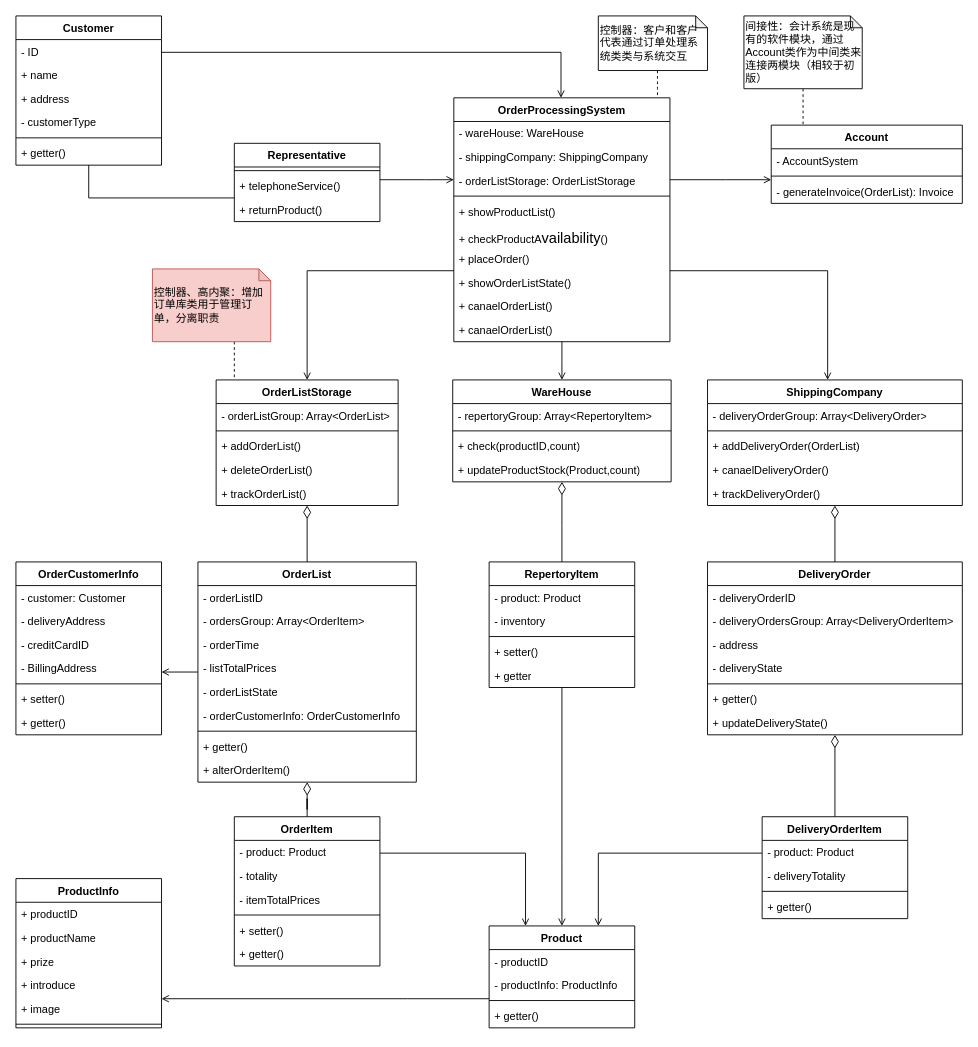
The draw.io diagram orders_Class_improved_again.drawio in yayaer123/drawio_demo, before the edit. Source tidied: cells renumbered, new cells numbered last; positions are measured from the earlier drawing's top-left corner, leaving out a move shared by most shapes. Both pictures are drawn from the tidied source at 91%, with x=0, y=0 at pixel (15, 15).
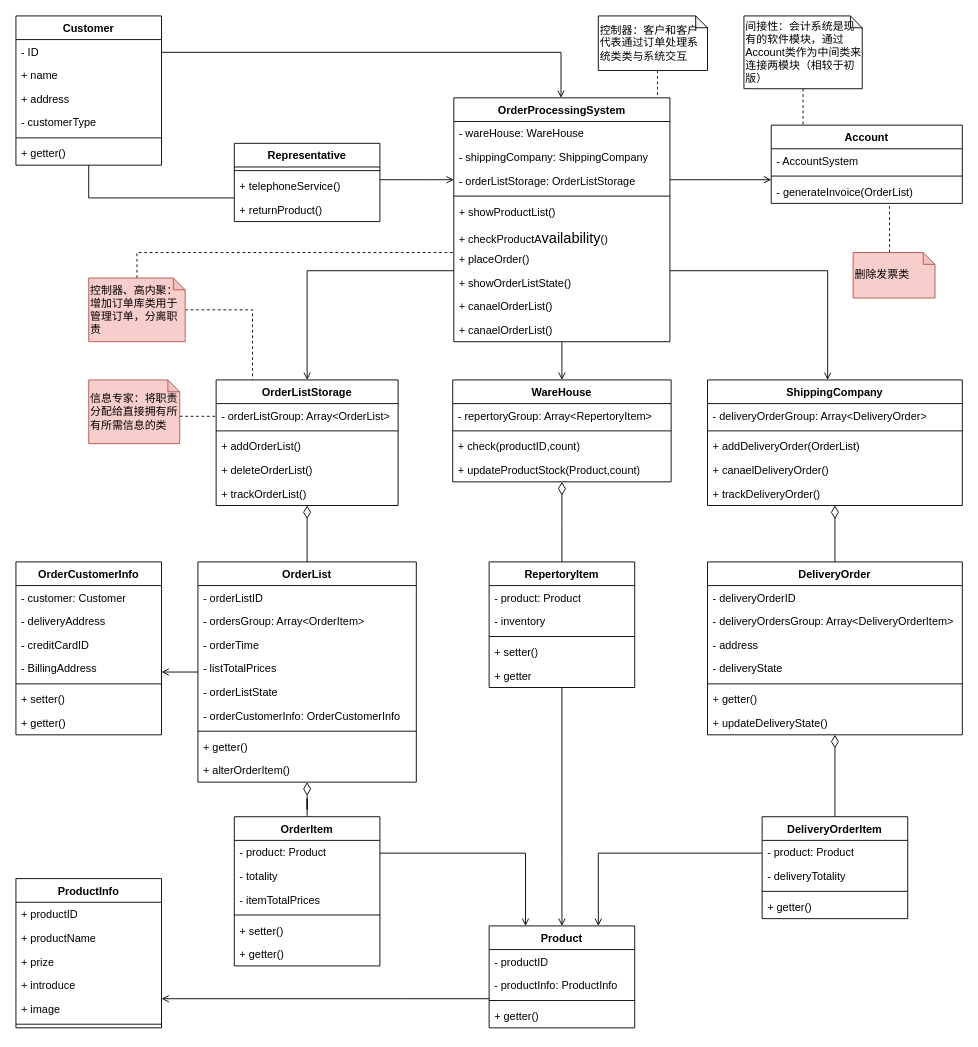
The same page after the edit.

Unchanged cells that the change refers to:
```xml
<mxCell id="96" value="OrderProcessingSystem" style="swimlane;fontStyle=1;align=center;verticalAlign=top;horizontal=1;startSize=26;whiteSpace=wrap;html=1;" parent="1" vertex="1">
  <mxGeometry x="481.2" y="90" width="237.5" height="268" as="geometry" />
</mxCell>
<mxCell id="107" value="Account" style="swimlane;fontStyle=1;align=center;verticalAlign=top;horizontal=1;startSize=26;whiteSpace=wrap;html=1;" parent="1" vertex="1">
  <mxGeometry x="830" y="120" width="210" height="86" as="geometry" />
</mxCell>
<mxCell id="116" value="OrderListStorage" style="swimlane;fontStyle=1;align=center;verticalAlign=top;horizontal=1;startSize=26;whiteSpace=wrap;html=1;" parent="1" vertex="1">
  <mxGeometry x="220" y="400" width="200" height="138" as="geometry" />
</mxCell>
```

What changed in the source:
```diff
@@
-    <mxCell id="110" value="- generateInvoice(OrderList): Invoice" style="text;strokeColor=none;fillColor=none;align=left;verticalAlign=top;spacingLeft=4;spacingRight=4;overflow=hidden;whiteSpace=wrap;html=1;" parent="107" vertex="1">
+    <mxCell id="110" value="- generateInvoice(OrderList)" style="text;strokeColor=none;fillColor=none;align=left;verticalAlign=top;spacingLeft=4;spacingRight=4;overflow=hidden;whiteSpace=wrap;html=1;" parent="107" vertex="1">
       <mxGeometry y="60" width="210" height="26" as="geometry" />
     </mxCell>
@@
     <mxCell id="122" style="edgeStyle=orthogonalEdgeStyle;rounded=0;jettySize=auto;html=1;endArrow=none;endFill=0;dashed=1;" parent="1" edge="1" source="123" target="116">
       <mxGeometry relative="1" as="geometry">
         <Array as="points">
-          <mxPoint x="240" y="380" />
-          <mxPoint x="240" y="380" />
+          <mxPoint x="260" y="323" />
         </Array>
       </mxGeometry>
     </mxCell>
+    <mxCell id="124" style="edgeStyle=orthogonalEdgeStyle;rounded=0;jettySize=auto;html=1;startArrow=none;startFill=0;endArrow=none;endFill=0;dashed=1;" parent="1" edge="1" source="123" target="96">
+      <mxGeometry relative="1" as="geometry">
+        <Array as="points">
+          <mxPoint x="410" y="260" />
+          <mxPoint x="410" y="260" />
+        </Array>
+      </mxGeometry>
+    </mxCell>
     <mxCell id="123" value="控制器、高内聚：增加订单库类用于管理订单，分离职责" style="shape=note;whiteSpace=wrap;html=1;backgroundOutline=1;darkOpacity=0.05;size=13;align=left;fillColor=#f8cecc;strokeColor=#b85450;" parent="1" vertex="1">
-      <mxGeometry x="150" y="278" width="130" height="80" as="geometry" />
+      <mxGeometry x="80" y="288" width="106" height="70" as="geometry" />
     </mxCell>
+    <mxCell id="125" style="edgeStyle=orthogonalEdgeStyle;rounded=0;jettySize=auto;html=1;endArrow=none;endFill=0;dashed=1;" parent="1" edge="1" source="126" target="107">
+      <mxGeometry relative="1" as="geometry">
+        <Array as="points">
+          <mxPoint x="960" y="230" />
+          <mxPoint x="960" y="230" />
+        </Array>
+      </mxGeometry>
+    </mxCell>
+    <mxCell id="126" value="删除发票类" style="shape=note;whiteSpace=wrap;html=1;backgroundOutline=1;darkOpacity=0.05;size=13;align=left;fillColor=#f8cecc;strokeColor=#b85450;" parent="1" vertex="1">
+      <mxGeometry x="920" y="260" width="90" height="50" as="geometry" />
+    </mxCell>
+    <mxCell id="127" style="edgeStyle=orthogonalEdgeStyle;rounded=0;jettySize=auto;html=1;endArrow=none;endFill=0;dashed=1;" parent="1" edge="1" source="128" target="116">
+      <mxGeometry relative="1" as="geometry">
+        <Array as="points">
+          <mxPoint x="200" y="440" />
+          <mxPoint x="200" y="440" />
+        </Array>
+      </mxGeometry>
+    </mxCell>
+    <mxCell id="128" value="信息专家：将职责分配给直接拥有所有所需信息的类" style="shape=note;whiteSpace=wrap;html=1;backgroundOutline=1;darkOpacity=0.05;size=13;align=left;fillColor=#f8cecc;strokeColor=#b85450;" parent="1" vertex="1">
+      <mxGeometry x="80" y="400" width="100" height="70" as="geometry" />
+    </mxCell>
```
